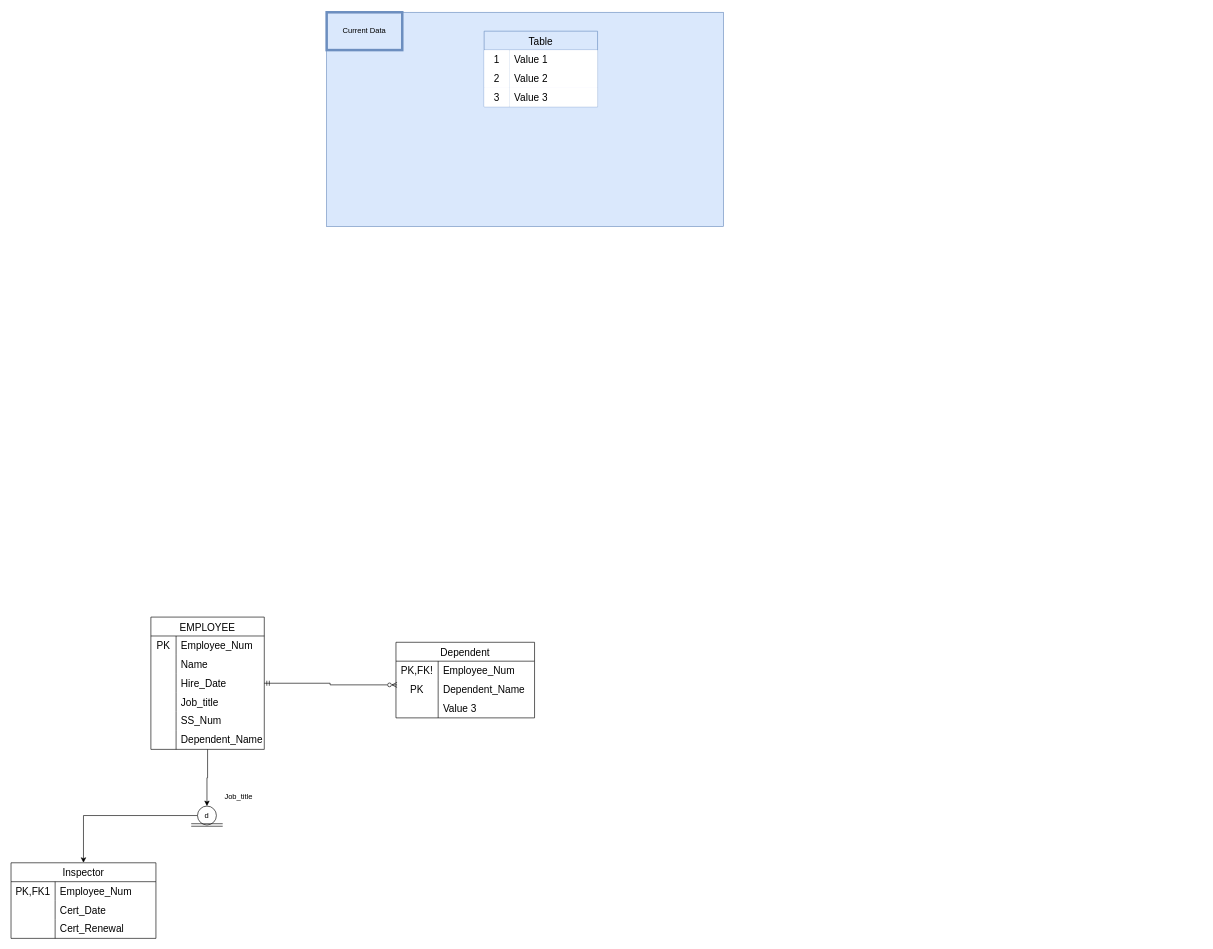
This is .github/Untitled Diagram.drawio from Ejoy243/ERDs, a draw.io file, before an edit. Source tidied: cells renumbered, new cells numbered last; positions are measured from the earlier drawing's top-left corner, leaving out a move shared by most shapes. Both pictures are drawn from the tidied source at 63%, with x=0, y=0 at pixel (11, 12).
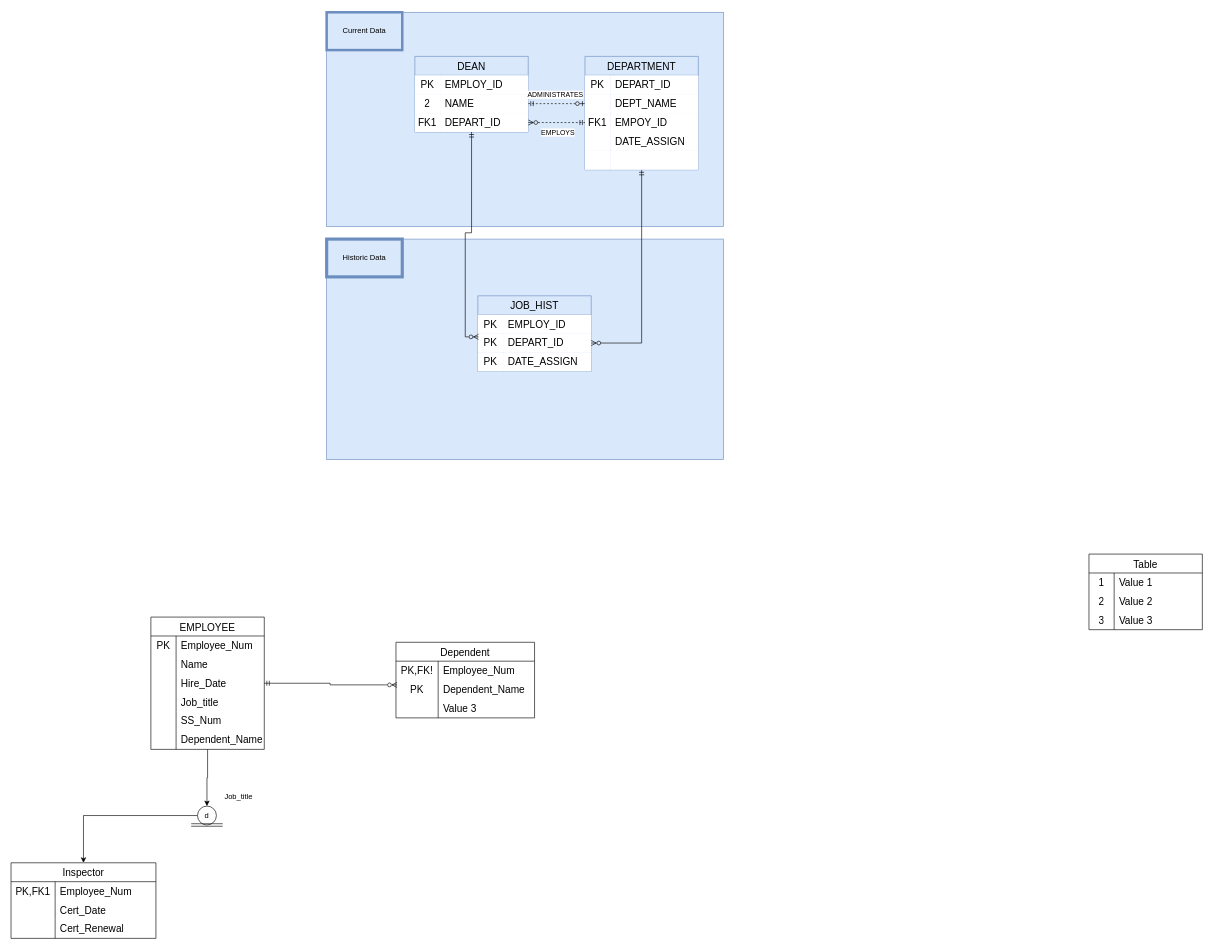
Above is the later version.

Unchanged cells that the change refers to:
```xml
<mxCell id="49" style="shape=tableRow;horizontal=0;startSize=0;swimlaneHead=0;swimlaneBody=0;top=0;left=0;bottom=0;right=0;fillColor=none;strokeColor=inherit;fontSize=16;" parent="48" vertex="1">
  <mxGeometry y="30" width="180" height="30" as="geometry" />
</mxCell>
<mxCell id="52" style="shape=tableRow;horizontal=0;startSize=0;swimlaneHead=0;swimlaneBody=0;top=0;left=0;bottom=0;right=0;fillColor=none;points=[[0,0.5],[1,0.5]];portConstraint=eastwest;strokeColor=inherit;fontSize=16;" parent="48" vertex="1">
  <mxGeometry y="60" width="180" height="30" as="geometry" />
</mxCell>
<mxCell id="55" style="shape=tableRow;horizontal=0;startSize=0;swimlaneHead=0;swimlaneBody=0;top=0;left=0;bottom=0;right=0;fillColor=none;points=[[0,0.5],[1,0.5]];portConstraint=eastwest;strokeColor=inherit;fontSize=16;" parent="48" vertex="1">
  <mxGeometry y="90" width="180" height="30" as="geometry" />
</mxCell>
```

Diff of the diagram source:
```diff
@@
+    <mxCell id="58" value="Current Data" style="rounded=0;whiteSpace=wrap;html=1;fillColor=#dae8fc;strokeColor=#6c8ebf;strokeWidth=4;" parent="1" vertex="1">
+      <mxGeometry x="501" width="120" height="60" as="geometry" />
+    </mxCell>
+    <mxCell id="59" value="DEAN" style="shape=table;startSize=30;childLayout=tableLayout;rowLines=0;fontStyle=0;strokeColor=#6c8ebf;fontSize=16;fillColor=#dae8fc;" parent="1" vertex="1">
+      <mxGeometry x="641" y="70" width="180" height="120" as="geometry" />
+    </mxCell>
+    <mxCell id="60" style="shape=tableRow;horizontal=0;startSize=0;swimlaneHead=0;swimlaneBody=0;top=0;left=0;bottom=0;right=0;fillColor=none;strokeColor=inherit;fontSize=16;" parent="59" vertex="1">
+      <mxGeometry y="30" width="180" height="30" as="geometry" />
+    </mxCell>
+    <mxCell id="61" value="PK" style="shape=partialRectangle;html=1;whiteSpace=wrap;top=0;left=0;bottom=0;right=0;overflow=hidden;fontSize=16;" parent="60" vertex="1">
+      <mxGeometry width="40" height="30" as="geometry" />
+    </mxCell>
+    <mxCell id="62" value="EMPLOY_ID" style="shape=partialRectangle;html=1;whiteSpace=wrap;top=0;left=0;bottom=0;right=0;align=left;spacingLeft=6;overflow=hidden;fontSize=16;" parent="60" vertex="1">
+      <mxGeometry x="40" width="140" height="30" as="geometry" />
+    </mxCell>
+    <mxCell id="63" style="shape=tableRow;horizontal=0;startSize=0;swimlaneHead=0;swimlaneBody=0;top=0;left=0;bottom=0;right=0;fillColor=none;points=[[0,0.5],[1,0.5]];portConstraint=eastwest;strokeColor=inherit;fontSize=16;" parent="59" vertex="1">
+      <mxGeometry y="60" width="180" height="30" as="geometry" />
+    </mxCell>
+    <mxCell id="64" value="2" style="shape=partialRectangle;html=1;whiteSpace=wrap;top=0;left=0;bottom=0;right=0;overflow=hidden;fontSize=16;" parent="63" vertex="1">
+      <mxGeometry width="40" height="30" as="geometry" />
+    </mxCell>
+    <mxCell id="65" value="NAME" style="shape=partialRectangle;html=1;whiteSpace=wrap;top=0;left=0;bottom=0;right=0;align=left;spacingLeft=6;overflow=hidden;fontSize=16;" parent="63" vertex="1">
+      <mxGeometry x="40" width="140" height="30" as="geometry" />
+    </mxCell>
+    <mxCell id="66" style="shape=tableRow;horizontal=0;startSize=0;swimlaneHead=0;swimlaneBody=0;top=0;left=0;bottom=0;right=0;fillColor=none;points=[[0,0.5],[1,0.5]];portConstraint=eastwest;strokeColor=inherit;fontSize=16;" parent="59" vertex="1">
+      <mxGeometry y="90" width="180" height="30" as="geometry" />
+    </mxCell>
+    <mxCell id="67" value="FK1" style="shape=partialRectangle;html=1;whiteSpace=wrap;top=0;left=0;bottom=0;right=0;overflow=hidden;fontSize=16;" parent="66" vertex="1">
+      <mxGeometry width="40" height="30" as="geometry" />
+    </mxCell>
+    <mxCell id="68" value="DEPART_ID" style="shape=partialRectangle;html=1;whiteSpace=wrap;top=0;left=0;bottom=0;right=0;align=left;spacingLeft=6;overflow=hidden;fontSize=16;" parent="66" vertex="1">
+      <mxGeometry x="40" width="140" height="30" as="geometry" />
+    </mxCell>
+    <mxCell id="69" style="edgeStyle=orthogonalEdgeStyle;rounded=0;jettySize=auto;html=1;exitX=1;exitY=0.5;exitDx=0;exitDy=0;entryX=0;entryY=0.5;entryDx=0;entryDy=0;startArrow=ERmandOne;startFill=0;endArrow=ERzeroToOne;endFill=0;dashed=1;" parent="1" edge="1" source="63" target="52">
+      <mxGeometry relative="1" as="geometry" />
+    </mxCell>
+    <mxCell id="70" value="ADMINISTRATES" style="edgeLabel;html=1;align=center;verticalAlign=middle;" parent="69" vertex="1">
+      <mxGeometry x="-0.07" y="2" relative="1" as="geometry">
+        <mxPoint y="-13" as="offset" />
+      </mxGeometry>
+    </mxCell>
+    <mxCell id="71" style="rounded=0;whiteSpace=wrap;html=1;fillColor=#dae8fc;strokeColor=#6c8ebf;" parent="1" vertex="1">
+      <mxGeometry x="501" y="360" width="630" height="350" as="geometry" />
+    </mxCell>
+    <mxCell id="72" value="Historic Data" style="rounded=0;whiteSpace=wrap;html=1;fillColor=#dae8fc;strokeColor=#6c8ebf;strokeWidth=5;" parent="1" vertex="1">
+      <mxGeometry x="501" y="360" width="120" height="60" as="geometry" />
+    </mxCell>
+    <mxCell id="73" value="JOB_HIST" style="shape=table;startSize=30;childLayout=tableLayout;rowLines=0;fontStyle=0;strokeColor=#6c8ebf;fontSize=16;fillColor=#dae8fc;" parent="1" vertex="1">
+      <mxGeometry x="741" y="450" width="180" height="120" as="geometry" />
+    </mxCell>
+    <mxCell id="74" style="shape=tableRow;horizontal=0;startSize=0;swimlaneHead=0;swimlaneBody=0;top=0;left=0;bottom=0;right=0;fontSize=16;" parent="73" vertex="1">
+      <mxGeometry y="30" width="180" height="30" as="geometry" />
+    </mxCell>
+    <mxCell id="75" value="PK" style="shape=partialRectangle;html=1;whiteSpace=wrap;fillColor=none;top=0;left=0;bottom=0;right=0;overflow=hidden;strokeColor=inherit;fontSize=16;" parent="74" vertex="1">
+      <mxGeometry width="40" height="30" as="geometry" />
+    </mxCell>
+    <mxCell id="76" value="EMPLOY_ID" style="shape=partialRectangle;html=1;whiteSpace=wrap;fillColor=none;top=0;left=0;bottom=0;right=0;align=left;spacingLeft=6;overflow=hidden;strokeColor=inherit;fontSize=16;" parent="74" vertex="1">
+      <mxGeometry x="40" width="140" height="30" as="geometry" />
+    </mxCell>
+    <mxCell id="77" style="shape=tableRow;horizontal=0;startSize=0;swimlaneHead=0;swimlaneBody=0;top=0;left=0;bottom=0;right=0;fillColor=none;points=[[0,0.5],[1,0.5]];portConstraint=eastwest;strokeColor=inherit;fontSize=16;" parent="73" vertex="1">
+      <mxGeometry y="60" width="180" height="30" as="geometry" />
+    </mxCell>
+    <mxCell id="78" value="PK" style="shape=partialRectangle;html=1;whiteSpace=wrap;top=0;left=0;bottom=0;right=0;overflow=hidden;fontSize=16;" parent="77" vertex="1">
+      <mxGeometry width="40" height="30" as="geometry" />
+    </mxCell>
+    <mxCell id="79" value="DEPART_ID" style="shape=partialRectangle;html=1;whiteSpace=wrap;top=0;left=0;bottom=0;right=0;align=left;spacingLeft=6;overflow=hidden;fontSize=16;" parent="77" vertex="1">
+      <mxGeometry x="40" width="140" height="30" as="geometry" />
+    </mxCell>
+    <mxCell id="80" style="shape=tableRow;horizontal=0;startSize=0;swimlaneHead=0;swimlaneBody=0;top=0;left=0;bottom=0;right=0;fillColor=none;strokeColor=inherit;fontSize=16;" parent="73" vertex="1">
+      <mxGeometry y="90" width="180" height="30" as="geometry" />
+    </mxCell>
+    <mxCell id="81" value="PK" style="shape=partialRectangle;html=1;whiteSpace=wrap;top=0;left=0;bottom=0;right=0;overflow=hidden;fontSize=16;" parent="80" vertex="1">
+      <mxGeometry width="40" height="30" as="geometry" />
+    </mxCell>
+    <mxCell id="82" value="DATE_ASSIGN" style="shape=partialRectangle;html=1;whiteSpace=wrap;top=0;left=0;bottom=0;right=0;align=left;spacingLeft=6;overflow=hidden;fontSize=16;" parent="80" vertex="1">
+      <mxGeometry x="40" width="140" height="30" as="geometry" />
+    </mxCell>
+    <mxCell id="83" style="edgeStyle=orthogonalEdgeStyle;rounded=0;jettySize=auto;html=1;entryX=0.006;entryY=0.174;entryDx=0;entryDy=0;entryPerimeter=0;startArrow=ERmandOne;startFill=0;endArrow=ERzeroToMany;endFill=0;" parent="1" edge="1" source="59" target="77">
+      <mxGeometry relative="1" as="geometry" />
+    </mxCell>
+    <mxCell id="84" style="edgeStyle=orthogonalEdgeStyle;rounded=0;jettySize=auto;html=1;entryX=1;entryY=0.5;entryDx=0;entryDy=0;verticalAlign=middle;startArrow=ERmandOne;startFill=0;endArrow=ERzeroToMany;endFill=0;" parent="1" edge="1" source="48" target="77">
+      <mxGeometry relative="1" as="geometry" />
+    </mxCell>
-    <mxCell id="48" value="Table" style="shape=table;startSize=30;childLayout=tableLayout;rowLines=0;fontStyle=0;fontSize=16;fillColor=#dae8fc;strokeColor=#6c8ebf;" parent="1" vertex="1">
-      <mxGeometry x="751" y="30" width="180" height="120" as="geometry" />
+    <mxCell id="48" value="DEPARTMENT" style="shape=table;startSize=30;childLayout=tableLayout;rowLines=0;fontStyle=0;fontSize=16;fillColor=#dae8fc;strokeColor=#6c8ebf;" parent="1" vertex="1">
+      <mxGeometry x="911" y="70" width="180" height="180" as="geometry" />
     </mxCell>
@@
-    <mxCell id="50" value="1" style="shape=partialRectangle;html=1;whiteSpace=wrap;top=0;left=0;bottom=0;right=0;overflow=hidden;fontSize=16;" parent="49" vertex="1">
+    <mxCell id="50" value="PK" style="shape=partialRectangle;html=1;whiteSpace=wrap;top=0;left=0;bottom=0;right=0;overflow=hidden;fontSize=16;" parent="49" vertex="1">
       <mxGeometry width="40" height="30" as="geometry" />
     </mxCell>
-    <mxCell id="51" value="Value 1" style="shape=partialRectangle;html=1;whiteSpace=wrap;top=0;left=0;bottom=0;right=0;align=left;spacingLeft=6;overflow=hidden;fontSize=16;" parent="49" vertex="1">
+    <mxCell id="51" value="DEPART_ID" style="shape=partialRectangle;html=1;whiteSpace=wrap;top=0;left=0;bottom=0;right=0;align=left;spacingLeft=6;overflow=hidden;fontSize=16;" parent="49" vertex="1">
       <mxGeometry x="40" width="140" height="30" as="geometry" />
     </mxCell>
@@
-    <mxCell id="53" value="2" style="shape=partialRectangle;html=1;whiteSpace=wrap;top=0;left=0;bottom=0;right=0;overflow=hidden;fontSize=16;" parent="52" vertex="1">
+    <mxCell id="53" style="shape=partialRectangle;html=1;whiteSpace=wrap;top=0;left=0;bottom=0;right=0;overflow=hidden;fontSize=16;" parent="52" vertex="1">
       <mxGeometry width="40" height="30" as="geometry" />
     </mxCell>
-    <mxCell id="54" value="Value 2" style="shape=partialRectangle;html=1;whiteSpace=wrap;top=0;left=0;bottom=0;right=0;align=left;spacingLeft=6;overflow=hidden;fontSize=16;" parent="52" vertex="1">
+    <mxCell id="54" value="DEPT_NAME" style="shape=partialRectangle;html=1;whiteSpace=wrap;top=0;left=0;bottom=0;right=0;align=left;spacingLeft=6;overflow=hidden;fontSize=16;" parent="52" vertex="1">
       <mxGeometry x="40" width="140" height="30" as="geometry" />
     </mxCell>
@@
-    <mxCell id="56" value="3" style="shape=partialRectangle;html=1;whiteSpace=wrap;top=0;left=0;bottom=0;right=0;overflow=hidden;fontSize=16;" parent="55" vertex="1">
+    <mxCell id="56" value="FK1" style="shape=partialRectangle;html=1;whiteSpace=wrap;top=0;left=0;bottom=0;right=0;overflow=hidden;fontSize=16;" parent="55" vertex="1">
       <mxGeometry width="40" height="30" as="geometry" />
     </mxCell>
-    <mxCell id="57" value="Value 3" style="shape=partialRectangle;html=1;whiteSpace=wrap;top=0;left=0;bottom=0;right=0;align=left;spacingLeft=6;overflow=hidden;fontSize=16;" parent="55" vertex="1">
+    <mxCell id="57" value="EMPOY_ID" style="shape=partialRectangle;html=1;whiteSpace=wrap;top=0;left=0;bottom=0;right=0;align=left;spacingLeft=6;overflow=hidden;fontSize=16;" parent="55" vertex="1">
       <mxGeometry x="40" width="140" height="30" as="geometry" />
     </mxCell>
-    <mxCell id="58" value="Current Data" style="rounded=0;whiteSpace=wrap;html=1;fillColor=#dae8fc;strokeColor=#6c8ebf;strokeWidth=4;" parent="1" vertex="1">
-      <mxGeometry x="501" width="120" height="60" as="geometry" />
-    </mxCell>
+    <mxCell id="85" style="shape=tableRow;horizontal=0;startSize=0;swimlaneHead=0;swimlaneBody=0;top=0;left=0;bottom=0;right=0;fillColor=none;strokeColor=inherit;fontSize=16;" parent="48" vertex="1">
+      <mxGeometry y="120" width="180" height="30" as="geometry" />
+    </mxCell>
+    <mxCell id="86" style="shape=partialRectangle;html=1;whiteSpace=wrap;top=0;left=0;bottom=0;right=0;overflow=hidden;fontSize=16;" parent="85" vertex="1">
+      <mxGeometry width="40" height="30" as="geometry" />
+    </mxCell>
+    <mxCell id="87" value="DATE_ASSIGN" style="shape=partialRectangle;html=1;whiteSpace=wrap;top=0;left=0;bottom=0;right=0;align=left;spacingLeft=6;overflow=hidden;fontSize=16;" parent="85" vertex="1">
+      <mxGeometry x="40" width="140" height="30" as="geometry" />
+    </mxCell>
+    <mxCell id="88" style="shape=tableRow;horizontal=0;startSize=0;swimlaneHead=0;swimlaneBody=0;top=0;left=0;bottom=0;right=0;fillColor=none;strokeColor=inherit;fontSize=16;" parent="48" vertex="1">
+      <mxGeometry y="150" width="180" height="30" as="geometry" />
+    </mxCell>
+    <mxCell id="89" style="shape=partialRectangle;html=1;whiteSpace=wrap;top=0;left=0;bottom=0;right=0;overflow=hidden;fontSize=16;" parent="88" vertex="1">
+      <mxGeometry width="40" height="30" as="geometry" />
+    </mxCell>
+    <mxCell id="90" style="shape=partialRectangle;html=1;whiteSpace=wrap;top=0;left=0;bottom=0;right=0;align=left;spacingLeft=6;overflow=hidden;fontSize=16;" parent="88" vertex="1">
+      <mxGeometry x="40" width="140" height="30" as="geometry" />
+    </mxCell>
+    <mxCell id="91" style="edgeStyle=orthogonalEdgeStyle;rounded=0;jettySize=auto;html=1;exitX=1;exitY=0.5;exitDx=0;exitDy=0;entryX=0;entryY=0.5;entryDx=0;entryDy=0;startArrow=ERzeroToMany;startFill=0;endArrow=ERmandOne;endFill=0;dashed=1;" parent="1" edge="1" source="66" target="55">
+      <mxGeometry relative="1" as="geometry" />
+    </mxCell>
+    <mxCell id="92" value="EMPLOYS" style="edgeLabel;html=1;align=center;verticalAlign=middle;" parent="91" vertex="1">
+      <mxGeometry x="0.03" y="-2" relative="1" as="geometry">
+        <mxPoint y="13" as="offset" />
+      </mxGeometry>
+    </mxCell>
+    <mxCell id="93" value="Table" style="shape=table;startSize=30;childLayout=tableLayout;rowLines=0;fontStyle=0;strokeColor=default;fontSize=16;" parent="1" vertex="1">
+      <mxGeometry x="1711" y="860" width="180" height="120" as="geometry" />
+    </mxCell>
+    <mxCell id="94" style="shape=tableRow;horizontal=0;startSize=0;swimlaneHead=0;swimlaneBody=0;top=0;left=0;bottom=0;right=0;fillColor=none;strokeColor=inherit;fontSize=16;" parent="93" vertex="1">
+      <mxGeometry y="30" width="180" height="30" as="geometry" />
+    </mxCell>
+    <mxCell id="95" value="1" style="shape=partialRectangle;html=1;whiteSpace=wrap;fillColor=none;top=0;left=0;bottom=0;right=0;overflow=hidden;strokeColor=inherit;fontSize=16;" parent="94" vertex="1">
+      <mxGeometry width="40" height="30" as="geometry" />
+    </mxCell>
+    <mxCell id="96" value="Value 1" style="shape=partialRectangle;html=1;whiteSpace=wrap;fillColor=none;top=0;left=0;bottom=0;right=0;align=left;spacingLeft=6;overflow=hidden;strokeColor=inherit;fontSize=16;" parent="94" vertex="1">
+      <mxGeometry x="40" width="140" height="30" as="geometry" />
+    </mxCell>
+    <mxCell id="97" style="shape=tableRow;horizontal=0;startSize=0;swimlaneHead=0;swimlaneBody=0;top=0;left=0;bottom=0;right=0;fillColor=none;strokeColor=inherit;fontSize=16;" parent="93" vertex="1">
+      <mxGeometry y="60" width="180" height="30" as="geometry" />
+    </mxCell>
+    <mxCell id="98" value="2" style="shape=partialRectangle;html=1;whiteSpace=wrap;fillColor=none;top=0;left=0;bottom=0;right=0;overflow=hidden;strokeColor=inherit;fontSize=16;" parent="97" vertex="1">
+      <mxGeometry width="40" height="30" as="geometry" />
+    </mxCell>
+    <mxCell id="99" value="Value 2" style="shape=partialRectangle;html=1;whiteSpace=wrap;fillColor=none;top=0;left=0;bottom=0;right=0;align=left;spacingLeft=6;overflow=hidden;strokeColor=inherit;fontSize=16;" parent="97" vertex="1">
+      <mxGeometry x="40" width="140" height="30" as="geometry" />
+    </mxCell>
+    <mxCell id="100" style="shape=tableRow;horizontal=0;startSize=0;swimlaneHead=0;swimlaneBody=0;top=0;left=0;bottom=0;right=0;fillColor=none;strokeColor=inherit;fontSize=16;" parent="93" vertex="1">
+      <mxGeometry y="90" width="180" height="30" as="geometry" />
+    </mxCell>
+    <mxCell id="101" value="3" style="shape=partialRectangle;html=1;whiteSpace=wrap;fillColor=none;top=0;left=0;bottom=0;right=0;overflow=hidden;strokeColor=inherit;fontSize=16;" parent="100" vertex="1">
+      <mxGeometry width="40" height="30" as="geometry" />
+    </mxCell>
+    <mxCell id="102" value="Value 3" style="shape=partialRectangle;html=1;whiteSpace=wrap;fillColor=none;top=0;left=0;bottom=0;right=0;align=left;spacingLeft=6;overflow=hidden;strokeColor=inherit;fontSize=16;" parent="100" vertex="1">
+      <mxGeometry x="40" width="140" height="30" as="geometry" />
+    </mxCell>
```
